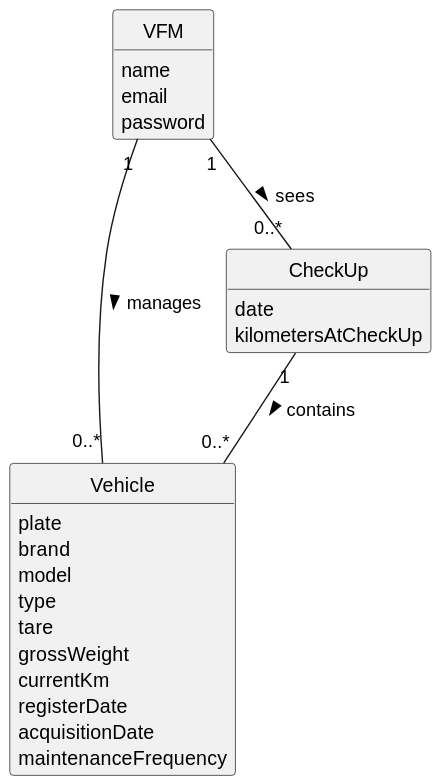
Earlier version of the PlantUML export docs/sprintA/us008/02.analysis/svg/us008-domain-model.svg (francisc-o-liveira/lei-24-s2-1dp-g163). Source of this version:
```plantuml
@startuml
skinparam monochrome true
skinparam packageStyle rectangle
skinparam shadowing false


skinparam classAttributeIconSize 0

hide circle
hide methods


class VFM {
    name
    email
    password
}

class Vehicle {
    plate
    brand
    model
    type
    tare
    grossWeight
    currentKm
    registerDate
    acquisitionDate
    maintenanceFrequency
}

class CheckUp{
    date
    kilometersAtCheckUp
}


VFM "1" -- "0..*" Vehicle : manages >
VFM "1" -- "0..*" CheckUp : sees >
CheckUp "1" -- "0..*" Vehicle : contains >
@enduml
```
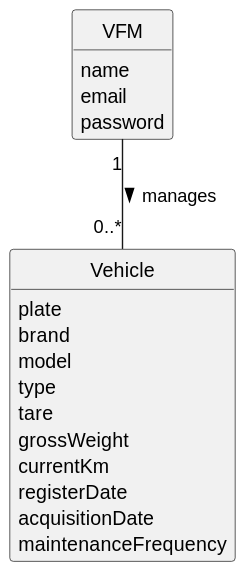
Later version of the same file.

Diff of the diagram source:
```diff
@@ -29,13 +29,5 @@
     maintenanceFrequency
 }
 
-class CheckUp{
-    date
-    kilometersAtCheckUp
-}
-
-
 VFM "1" -- "0..*" Vehicle : manages >
-VFM "1" -- "0..*" CheckUp : sees >
-CheckUp "1" -- "0..*" Vehicle : contains >
 @enduml
```
